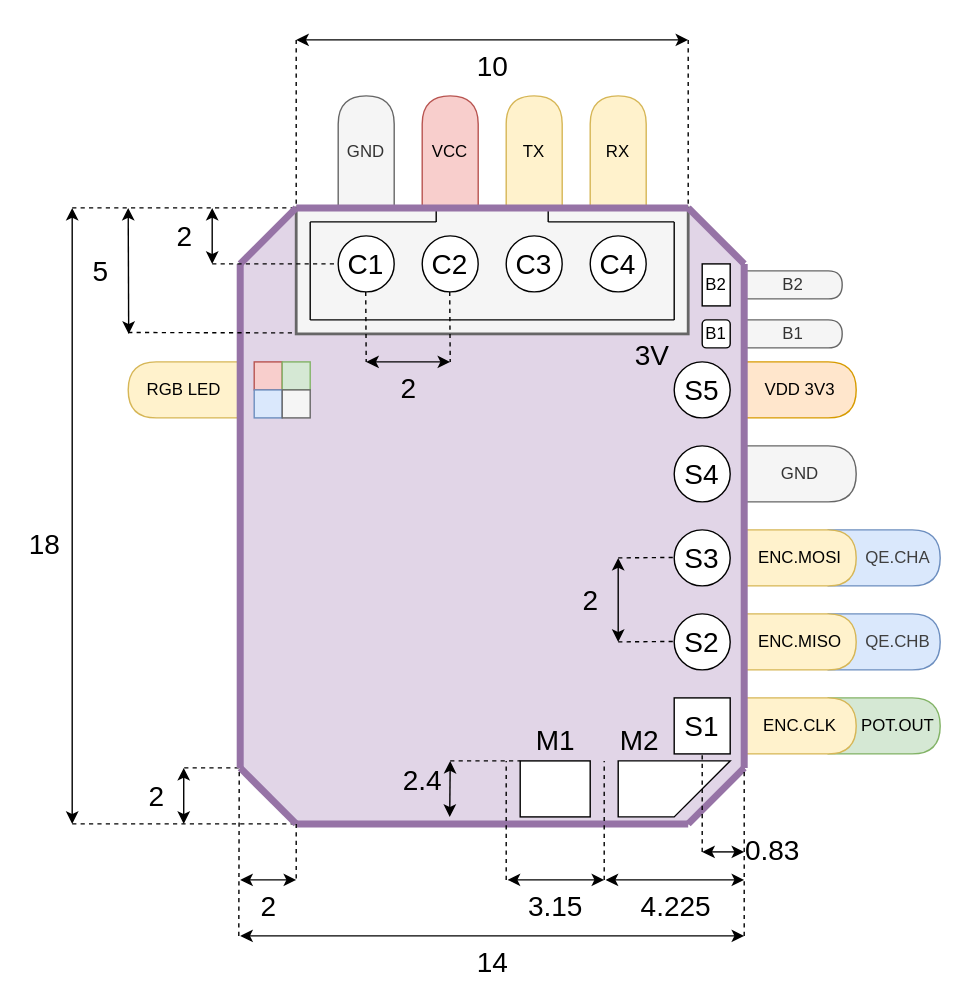
This is pcb4.svg from TVavrinec/Servio-PCB, a draw.io export, as it was before one commit. Source tidied: cells renumbered, new cells last; positions are measured from the earlier drawing's top-left corner, leaving out a move shared by most shapes.
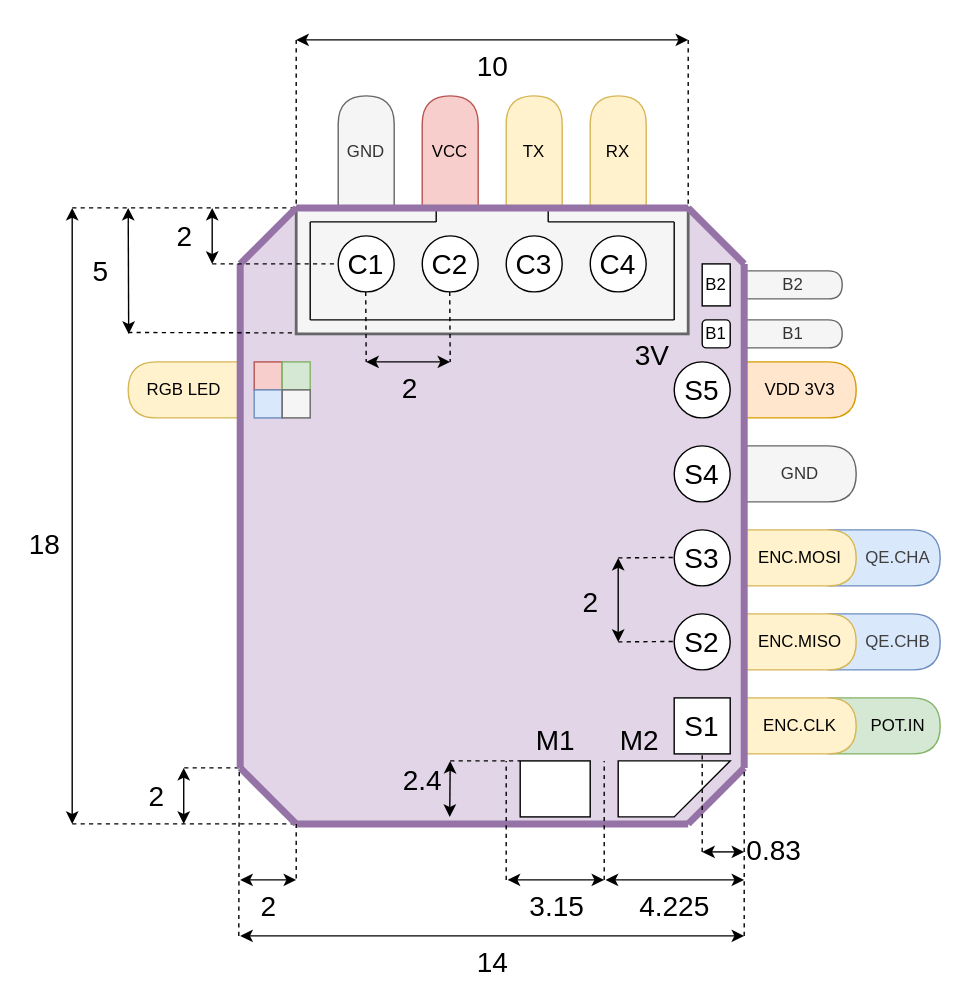
The same diagram one commit later.

Change to the diagram source:
```diff
@@ -47,7 +47,7 @@
     <mxCell id="10" value="RGB LED" style="shape=delay;whiteSpace=wrap;html=1;direction=west;fillColor=#fff2cc;strokeColor=#d6b656;labelBackgroundColor=none;" parent="1" vertex="1">
       <mxGeometry x="40" y="230" width="80" height="40" as="geometry" />
     </mxCell>
-    <mxCell id="11" value="&amp;nbsp; &amp;nbsp; &amp;nbsp; POT.OUT" style="shape=delay;whiteSpace=wrap;html=1;fillColor=#d5e8d4;strokeColor=#82b366;align=center;labelBackgroundColor=none;" parent="1" vertex="1">
+    <mxCell id="11" value="&amp;nbsp; &amp;nbsp; &amp;nbsp; POT.IN" style="shape=delay;whiteSpace=wrap;html=1;fillColor=#d5e8d4;strokeColor=#82b366;align=center;labelBackgroundColor=none;" parent="1" vertex="1">
       <mxGeometry x="540" y="470" width="80" height="40" as="geometry" />
     </mxCell>
     <mxCell id="12" value="&amp;nbsp; &amp;nbsp; &amp;nbsp;&amp;nbsp;&lt;span style=&quot;color: rgb(63, 63, 63);&quot;&gt;QE.CHB&lt;/span&gt;" style="shape=delay;whiteSpace=wrap;html=1;fillColor=#dae8fc;strokeColor=#6c8ebf;align=center;labelBackgroundColor=none;" parent="1" vertex="1">
```
